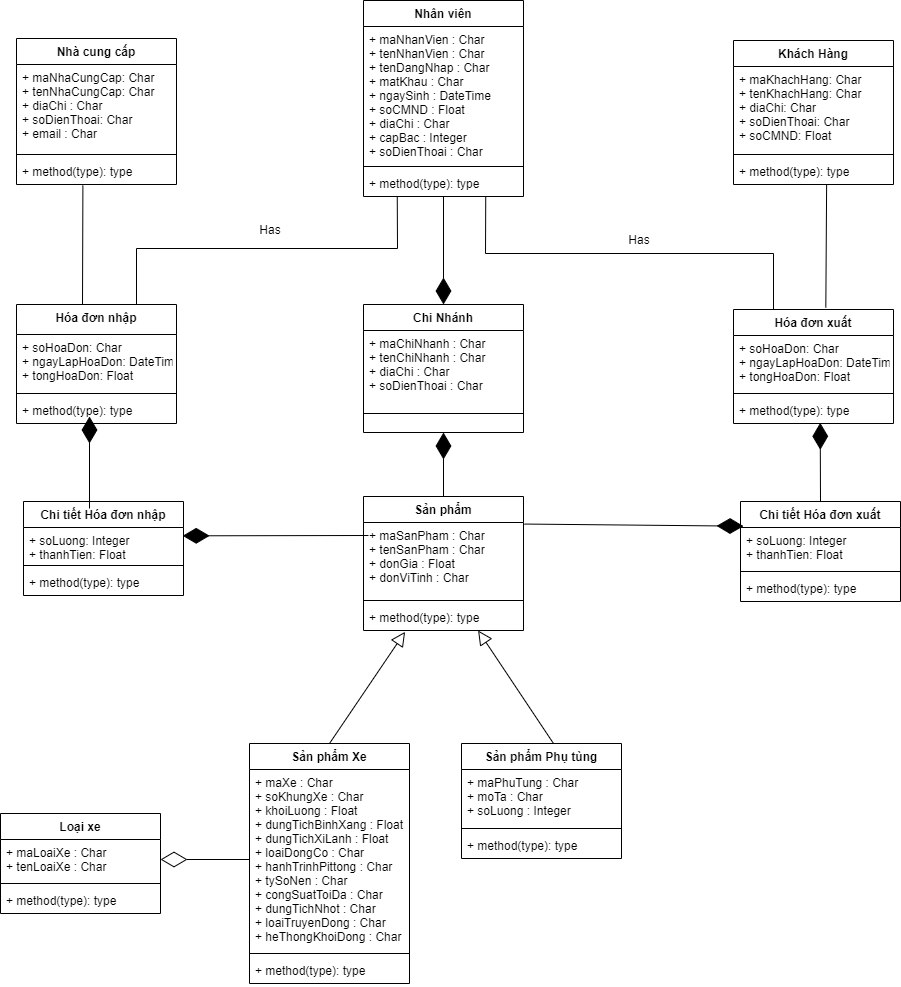
ChauCongTu/thiet-ke-linh-tinh keeps this draw.io diagram as Sơ Đồ Class.png. Above is the earlier version. Source tidied: cells renumbered, new cells last; positions are measured from the earlier drawing's top-left corner, leaving out a move shared by most shapes. Source of this version:
```xml
<mxGraphModel>
  <root>
    <mxCell id="0" />
    <mxCell id="1" parent="0" />
    <mxCell id="2" value="Chi Nhánh" style="swimlane;fontStyle=1;align=center;verticalAlign=top;horizontal=1;startSize=26;" parent="1" vertex="1">
      <mxGeometry x="363" y="304" width="160" height="128" as="geometry" />
    </mxCell>
    <mxCell id="3" value="+ maChiNhanh : Char&#10;+ tenChiNhanh : Char&#10;+ diaChi : Char&#10;+ soDienThoai : Char" style="text;strokeColor=none;fillColor=none;align=left;verticalAlign=top;spacingLeft=4;spacingRight=4;overflow=hidden;" parent="2" vertex="1">
      <mxGeometry y="26" width="160" height="64" as="geometry" />
    </mxCell>
    <mxCell id="4" style="line;strokeWidth=1;fillColor=none;align=left;verticalAlign=middle;spacingTop=-1;spacingLeft=3;spacingRight=3;labelPosition=right;strokeColor=inherit;" parent="2" vertex="1">
      <mxGeometry y="90" width="160" height="38" as="geometry" />
    </mxCell>
    <mxCell id="5" value="Khách Hàng" style="swimlane;fontStyle=1;align=center;verticalAlign=top;horizontal=1;startSize=26;" parent="1" vertex="1">
      <mxGeometry x="733" y="40" width="160" height="144" as="geometry" />
    </mxCell>
    <mxCell id="6" value="+ maKhachHang: Char&#10;+ tenKhachHang: Char&#10;+ diaChi: Char&#10;+ soDienThoai: Char&#10;+ soCMND: Float" style="text;strokeColor=none;fillColor=none;align=left;verticalAlign=top;spacingLeft=4;spacingRight=4;overflow=hidden;" parent="5" vertex="1">
      <mxGeometry y="26" width="160" height="84" as="geometry" />
    </mxCell>
    <mxCell id="7" style="line;strokeWidth=1;fillColor=none;align=left;verticalAlign=middle;spacingTop=-1;spacingLeft=3;spacingRight=3;labelPosition=right;strokeColor=inherit;" parent="5" vertex="1">
      <mxGeometry y="110" width="160" height="8" as="geometry" />
    </mxCell>
    <mxCell id="8" value="+ method(type): type" style="text;strokeColor=none;fillColor=none;align=left;verticalAlign=top;spacingLeft=4;spacingRight=4;overflow=hidden;points=[[0,0.5],[1,0.5]];portConstraint=eastwest;" parent="5" vertex="1">
      <mxGeometry y="118" width="160" height="26" as="geometry" />
    </mxCell>
    <mxCell id="9" value="Nhà cung cấp" style="swimlane;fontStyle=1;align=center;verticalAlign=top;horizontal=1;startSize=26;" parent="1" vertex="1">
      <mxGeometry x="16" y="38" width="160" height="146" as="geometry" />
    </mxCell>
    <mxCell id="10" value="+ maNhaCungCap: Char&#10;+ tenNhaCungCap: Char&#10;+ diaChi : Char&#10;+ soDienThoai: Char&#10;+ email : Char" style="text;strokeColor=none;fillColor=none;align=left;verticalAlign=top;spacingLeft=4;spacingRight=4;overflow=hidden;" parent="9" vertex="1">
      <mxGeometry y="26" width="160" height="86" as="geometry" />
    </mxCell>
    <mxCell id="11" style="line;strokeWidth=1;fillColor=none;align=left;verticalAlign=middle;spacingTop=-1;spacingLeft=3;spacingRight=3;labelPosition=right;strokeColor=inherit;" parent="9" vertex="1">
      <mxGeometry y="112" width="160" height="8" as="geometry" />
    </mxCell>
    <mxCell id="12" value="+ method(type): type" style="text;strokeColor=none;fillColor=none;align=left;verticalAlign=top;spacingLeft=4;spacingRight=4;overflow=hidden;points=[[0,0.5],[1,0.5]];portConstraint=eastwest;" parent="9" vertex="1">
      <mxGeometry y="120" width="160" height="26" as="geometry" />
    </mxCell>
    <mxCell id="13" value="Hóa đơn nhập" style="swimlane;fontStyle=1;align=center;verticalAlign=top;horizontal=1;startSize=30;" parent="1" vertex="1">
      <mxGeometry x="16" y="304" width="160" height="119" as="geometry" />
    </mxCell>
    <mxCell id="14" value="+ soHoaDon: Char&#10;+ ngayLapHoaDon: DateTime&#10;+ tongHoaDon: Float" style="text;strokeColor=none;fillColor=none;align=left;verticalAlign=top;spacingLeft=4;spacingRight=4;overflow=hidden;" parent="13" vertex="1">
      <mxGeometry y="30" width="160" height="55" as="geometry" />
    </mxCell>
    <mxCell id="15" style="line;strokeWidth=1;fillColor=none;align=left;verticalAlign=middle;spacingTop=-1;spacingLeft=3;spacingRight=3;labelPosition=right;strokeColor=inherit;" parent="13" vertex="1">
      <mxGeometry y="85" width="160" height="8" as="geometry" />
    </mxCell>
    <mxCell id="16" value="+ method(type): type" style="text;strokeColor=none;fillColor=none;align=left;verticalAlign=top;spacingLeft=4;spacingRight=4;overflow=hidden;" parent="13" vertex="1">
      <mxGeometry y="93" width="160" height="26" as="geometry" />
    </mxCell>
    <mxCell id="17" value="Nhân viên" style="swimlane;fontStyle=1;align=center;verticalAlign=top;horizontal=1;startSize=26;" parent="1" vertex="1">
      <mxGeometry x="363" width="160" height="196" as="geometry" />
    </mxCell>
    <mxCell id="18" value="+ maNhanVien : Char&#10;+ tenNhanVien : Char&#10;+ tenDangNhap : Char&#10;+ matKhau : Char&#10;+ ngaySinh : DateTime&#10;+ soCMND : Float&#10;+ diaChi : Char&#10;+ capBac : Integer&#10;+ soDienThoai : Char" style="text;strokeColor=none;fillColor=none;align=left;verticalAlign=top;spacingLeft=4;spacingRight=4;overflow=hidden;" parent="17" vertex="1">
      <mxGeometry y="26" width="160" height="136" as="geometry" />
    </mxCell>
    <mxCell id="19" style="line;strokeWidth=1;fillColor=none;align=left;verticalAlign=middle;spacingTop=-1;spacingLeft=3;spacingRight=3;labelPosition=right;strokeColor=inherit;" parent="17" vertex="1">
      <mxGeometry y="162" width="160" height="8" as="geometry" />
    </mxCell>
    <mxCell id="20" value="+ method(type): type" style="text;strokeColor=none;fillColor=none;align=left;verticalAlign=top;spacingLeft=4;spacingRight=4;overflow=hidden;points=[[0,0.5],[1,0.5]];portConstraint=eastwest;" parent="17" vertex="1">
      <mxGeometry y="170" width="160" height="26" as="geometry" />
    </mxCell>
    <mxCell id="21" value="Loại xe" style="swimlane;fontStyle=1;align=center;verticalAlign=top;horizontal=1;startSize=26;" parent="1" vertex="1">
      <mxGeometry y="813" width="160" height="100" as="geometry" />
    </mxCell>
    <mxCell id="22" value="+ maLoaiXe : Char&#10;+ tenLoaiXe : Char" style="text;strokeColor=none;fillColor=none;align=left;verticalAlign=top;spacingLeft=4;spacingRight=4;overflow=hidden;points=[[0,0.5],[1,0.5]];portConstraint=eastwest;" parent="21" vertex="1">
      <mxGeometry y="26" width="160" height="40" as="geometry" />
    </mxCell>
    <mxCell id="23" style="line;strokeWidth=1;fillColor=none;align=left;verticalAlign=middle;spacingTop=-1;spacingLeft=3;spacingRight=3;labelPosition=right;strokeColor=inherit;" parent="21" vertex="1">
      <mxGeometry y="66" width="160" height="8" as="geometry" />
    </mxCell>
    <mxCell id="24" value="+ method(type): type" style="text;strokeColor=none;fillColor=none;align=left;verticalAlign=top;spacingLeft=4;spacingRight=4;overflow=hidden;" parent="21" vertex="1">
      <mxGeometry y="74" width="160" height="26" as="geometry" />
    </mxCell>
    <mxCell id="25" value="Sản phẩm Phụ tùng" style="swimlane;fontStyle=1;align=center;verticalAlign=top;horizontal=1;startSize=26;" parent="1" vertex="1">
      <mxGeometry x="461" y="743" width="160" height="115" as="geometry" />
    </mxCell>
    <mxCell id="26" value="+ maPhuTung : Char&#10;+ moTa : Char&#10;+ soLuong : Integer" style="text;strokeColor=none;fillColor=none;align=left;verticalAlign=top;spacingLeft=4;spacingRight=4;overflow=hidden;" parent="25" vertex="1">
      <mxGeometry y="26" width="160" height="55" as="geometry" />
    </mxCell>
    <mxCell id="27" style="line;strokeWidth=1;fillColor=none;align=left;verticalAlign=middle;spacingTop=-1;spacingLeft=3;spacingRight=3;labelPosition=right;strokeColor=inherit;" parent="25" vertex="1">
      <mxGeometry y="81" width="160" height="8" as="geometry" />
    </mxCell>
    <mxCell id="28" value="+ method(type): type" style="text;strokeColor=none;fillColor=none;align=left;verticalAlign=top;spacingLeft=4;spacingRight=4;overflow=hidden;" parent="25" vertex="1">
      <mxGeometry y="89" width="160" height="26" as="geometry" />
    </mxCell>
    <mxCell id="29" value="Sản phẩm Xe" style="swimlane;fontStyle=1;align=center;verticalAlign=top;horizontal=1;startSize=26;" parent="1" vertex="1">
      <mxGeometry x="249" y="743" width="160" height="240" as="geometry" />
    </mxCell>
    <mxCell id="30" value="+ maXe : Char&#10;+ soKhungXe : Char&#10;+ khoiLuong : Float&#10;+ dungTichBinhXang : Float&#10;+ dungTichXiLanh : Float&#10;+ loaiDongCo : Char&#10;+ hanhTrinhPittong : Char&#10;+ tySoNen : Char&#10;+ congSuatToiDa : Char&#10;+ dungTichNhot : Char&#10;+ loaiTruyenDong : Char&#10;+ heThongKhoiDong : Char" style="text;strokeColor=none;fillColor=none;align=left;verticalAlign=top;spacingLeft=4;spacingRight=4;overflow=hidden;points=[[0,0.5],[1,0.5]];portConstraint=eastwest;" parent="29" vertex="1">
      <mxGeometry y="26" width="160" height="180" as="geometry" />
    </mxCell>
    <mxCell id="31" style="line;strokeWidth=1;fillColor=none;align=left;verticalAlign=middle;spacingTop=-1;spacingLeft=3;spacingRight=3;labelPosition=right;strokeColor=inherit;" parent="29" vertex="1">
      <mxGeometry y="206" width="160" height="8" as="geometry" />
    </mxCell>
    <mxCell id="32" value="+ method(type): type" style="text;strokeColor=none;fillColor=none;align=left;verticalAlign=top;spacingLeft=4;spacingRight=4;overflow=hidden;" parent="29" vertex="1">
      <mxGeometry y="214" width="160" height="26" as="geometry" />
    </mxCell>
    <mxCell id="33" value="Sản phẩm" style="swimlane;fontStyle=1;align=center;verticalAlign=top;horizontal=1;startSize=26;" parent="1" vertex="1">
      <mxGeometry x="363" y="496" width="160" height="134" as="geometry" />
    </mxCell>
    <mxCell id="34" value="+ maSanPham : Char&#10;+ tenSanPham : Char&#10;+ donGia : Float&#10;+ donViTinh : Char" style="text;strokeColor=none;fillColor=none;align=left;verticalAlign=top;spacingLeft=4;spacingRight=4;overflow=hidden;points=[[0,0.5],[1,0.5]];portConstraint=eastwest;" parent="33" vertex="1">
      <mxGeometry y="26" width="160" height="74" as="geometry" />
    </mxCell>
    <mxCell id="35" style="line;strokeWidth=1;fillColor=none;align=left;verticalAlign=middle;spacingTop=-1;spacingLeft=3;spacingRight=3;labelPosition=right;strokeColor=inherit;" parent="33" vertex="1">
      <mxGeometry y="100" width="160" height="8" as="geometry" />
    </mxCell>
    <mxCell id="36" value="+ method(type): type" style="text;strokeColor=none;fillColor=none;align=left;verticalAlign=top;spacingLeft=4;spacingRight=4;overflow=hidden;points=[[0,0.5],[1,0.5]];portConstraint=eastwest;" parent="33" vertex="1">
      <mxGeometry y="108" width="160" height="26" as="geometry" />
    </mxCell>
    <mxCell id="37" value="Chi tiết Hóa đơn xuất" style="swimlane;fontStyle=1;align=center;verticalAlign=top;horizontal=1;startSize=26;" parent="1" vertex="1">
      <mxGeometry x="740" y="501" width="160" height="100" as="geometry" />
    </mxCell>
    <mxCell id="38" value="+ soLuong: Integer&#10;+ thanhTien: Float" style="text;strokeColor=none;fillColor=none;align=left;verticalAlign=top;spacingLeft=4;spacingRight=4;overflow=hidden;" parent="37" vertex="1">
      <mxGeometry y="26" width="160" height="40" as="geometry" />
    </mxCell>
    <mxCell id="39" style="line;strokeWidth=1;fillColor=none;align=left;verticalAlign=middle;spacingTop=-1;spacingLeft=3;spacingRight=3;labelPosition=right;strokeColor=inherit;" parent="37" vertex="1">
      <mxGeometry y="66" width="160" height="8" as="geometry" />
    </mxCell>
    <mxCell id="40" value="+ method(type): type" style="text;strokeColor=none;fillColor=none;align=left;verticalAlign=top;spacingLeft=4;spacingRight=4;overflow=hidden;" parent="37" vertex="1">
      <mxGeometry y="74" width="160" height="26" as="geometry" />
    </mxCell>
    <mxCell id="41" value="Chi tiết Hóa đơn nhập" style="swimlane;fontStyle=1;align=center;verticalAlign=top;horizontal=1;startSize=26;" parent="1" vertex="1">
      <mxGeometry x="23" y="501" width="160" height="94" as="geometry" />
    </mxCell>
    <mxCell id="42" value="+ soLuong: Integer&#10;+ thanhTien: Float" style="text;strokeColor=none;fillColor=none;align=left;verticalAlign=top;spacingLeft=4;spacingRight=4;overflow=hidden;points=[[0,0.5],[1,0.5]];portConstraint=eastwest;" parent="41" vertex="1">
      <mxGeometry y="26" width="160" height="34" as="geometry" />
    </mxCell>
    <mxCell id="43" style="line;strokeWidth=1;fillColor=none;align=left;verticalAlign=middle;spacingTop=-1;spacingLeft=3;spacingRight=3;labelPosition=right;strokeColor=inherit;" parent="41" vertex="1">
      <mxGeometry y="60" width="160" height="8" as="geometry" />
    </mxCell>
    <mxCell id="44" value="+ method(type): type" style="text;strokeColor=none;fillColor=none;align=left;verticalAlign=top;spacingLeft=4;spacingRight=4;overflow=hidden;" parent="41" vertex="1">
      <mxGeometry y="68" width="160" height="26" as="geometry" />
    </mxCell>
    <mxCell id="45" value="Hóa đơn xuất" style="swimlane;fontStyle=1;align=center;verticalAlign=top;horizontal=1;startSize=26;" parent="1" vertex="1">
      <mxGeometry x="733" y="309" width="160" height="114" as="geometry" />
    </mxCell>
    <mxCell id="46" value="+ soHoaDon: Char&#10;+ ngayLapHoaDon: DateTime&#10;+ tongHoaDon: Float" style="text;strokeColor=none;fillColor=none;align=left;verticalAlign=top;spacingLeft=4;spacingRight=4;overflow=hidden;" parent="45" vertex="1">
      <mxGeometry y="26" width="160" height="54" as="geometry" />
    </mxCell>
    <mxCell id="47" style="line;strokeWidth=1;fillColor=none;align=left;verticalAlign=middle;spacingTop=-1;spacingLeft=3;spacingRight=3;labelPosition=right;strokeColor=inherit;" parent="45" vertex="1">
      <mxGeometry y="80" width="160" height="8" as="geometry" />
    </mxCell>
    <mxCell id="48" value="+ method(type): type" style="text;strokeColor=none;fillColor=none;align=left;verticalAlign=top;spacingLeft=4;spacingRight=4;overflow=hidden;points=[[0,0.5],[1,0.5]];portConstraint=eastwest;" parent="45" vertex="1">
      <mxGeometry y="88" width="160" height="26" as="geometry" />
    </mxCell>
    <mxCell id="49" style="endArrow=diamondThin;endFill=1;endSize=24;html=1;rounded=0;entryX=0.5;entryY=1;entryDx=0;entryDy=0;" parent="1" edge="1" source="33" target="2">
      <mxGeometry relative="1" as="geometry" />
    </mxCell>
    <mxCell id="50" style="endArrow=diamondThin;endFill=1;endSize=24;html=1;rounded=0;entryX=0.5;entryY=0;entryDx=0;entryDy=0;" parent="1" edge="1" source="20" target="2">
      <mxGeometry relative="1" as="geometry" />
    </mxCell>
    <mxCell id="51" value="Has&lt;span style=&quot;color: rgba(0, 0, 0, 0); font-family: monospace; font-size: 0px; text-align: start;&quot;&gt;%3CmxGraphModel%3E%3Croot%3E%3CmxCell%20id%3D%220%22%2F%3E%3CmxCell%20id%3D%221%22%20parent%3D%220%22%2F%3E%3CmxCell%20id%3D%222%22%20value%3D%22%22%20style%3D%22endArrow%3Dnone%3Bhtml%3D1%3Brounded%3D0%3BexitX%3D1%3BexitY%3D0.25%3BexitDx%3D0%3BexitDy%3D0%3B%22%20edge%3D%221%22%20parent%3D%221%22%3E%3CmxGeometry%20width%3D%2250%22%20height%3D%2250%22%20relative%3D%221%22%20as%3D%22geometry%22%3E%3CmxPoint%20x%3D%22667%22%20y%3D%22139%22%20as%3D%22sourcePoint%22%2F%3E%3CmxPoint%20x%3D%22881%22%20y%3D%22139.72789115646253%22%20as%3D%22targetPoint%22%2F%3E%3C%2FmxGeometry%3E%3C%2FmxCell%3E%3C%2Froot%3E%3C%2FmxGraphModel%3E&lt;/span&gt;" style="text;html=1;strokeColor=none;fillColor=none;align=center;verticalAlign=middle;whiteSpace=wrap;rounded=0;" parent="1" vertex="1">
      <mxGeometry x="609" y="225" width="60" height="30" as="geometry" />
    </mxCell>
    <mxCell id="52" value="Has&lt;span style=&quot;color: rgba(0, 0, 0, 0); font-family: monospace; font-size: 0px; text-align: start;&quot;&gt;%3CmxGraphModel%3E%3Croot%3E%3CmxCell%20id%3D%220%22%2F%3E%3CmxCell%20id%3D%221%22%20parent%3D%220%22%2F%3E%3CmxCell%20id%3D%222%22%20value%3D%22%22%20style%3D%22endArrow%3Dnone%3Bhtml%3D1%3Brounded%3D0%3BexitX%3D1%3BexitY%3D0.25%3BexitDx%3D0%3BexitDy%3D0%3B%22%20edge%3D%221%22%20parent%3D%221%22%3E%3CmxGeometry%20width%3D%2250%22%20height%3D%2250%22%20relative%3D%221%22%20as%3D%22geometry%22%3E%3CmxPoint%20x%3D%22667%22%20y%3D%22139%22%20as%3D%22sourcePoint%22%2F%3E%3CmxPoint%20x%3D%22881%22%20y%3D%22139.72789115646253%22%20as%3D%22targetPoint%22%2F%3E%3C%2FmxGeometry%3E%3C%2FmxCell%3E%3C%2Froot%3E%3C%2FmxGraphModel%3E&lt;/span&gt;" style="text;html=1;strokeColor=none;fillColor=none;align=center;verticalAlign=middle;whiteSpace=wrap;rounded=0;" parent="1" vertex="1">
      <mxGeometry x="240" y="215" width="60" height="30" as="geometry" />
    </mxCell>
    <mxCell id="53" style="endArrow=none;html=1;rounded=0;exitX=0.75;exitY=0;exitDx=0;exitDy=0;entryX=0.211;entryY=1.015;entryDx=0;entryDy=0;entryPerimeter=0;" parent="1" edge="1" source="13" target="20">
      <mxGeometry relative="1" as="geometry">
        <Array as="points">
          <mxPoint x="136" y="248" />
          <mxPoint x="397" y="248" />
        </Array>
      </mxGeometry>
    </mxCell>
    <mxCell id="54" style="endArrow=none;html=1;rounded=0;exitX=0.25;exitY=0;exitDx=0;exitDy=0;entryX=0.764;entryY=1.015;entryDx=0;entryDy=0;entryPerimeter=0;" parent="1" edge="1" source="45" target="20">
      <mxGeometry relative="1" as="geometry">
        <Array as="points">
          <mxPoint x="773" y="253" />
          <mxPoint x="485" y="253" />
        </Array>
      </mxGeometry>
    </mxCell>
    <mxCell id="55" style="endArrow=diamondThin;endFill=1;endSize=24;html=1;rounded=0;exitX=0.5;exitY=0;exitDx=0;exitDy=0;entryX=0.542;entryY=0.974;entryDx=0;entryDy=0;entryPerimeter=0;" parent="1" edge="1" source="37" target="48">
      <mxGeometry relative="1" as="geometry" />
    </mxCell>
    <mxCell id="56" style="endArrow=diamondThin;endFill=1;endSize=24;html=1;rounded=0;" parent="1" edge="1">
      <mxGeometry relative="1" as="geometry">
        <mxPoint x="89" y="508" as="sourcePoint" />
        <mxPoint x="89" y="416" as="targetPoint" />
      </mxGeometry>
    </mxCell>
    <mxCell id="57" style="edgeStyle=none;html=1;endSize=12;endArrow=block;endFill=0;rounded=0;entryX=0.26;entryY=1.051;entryDx=0;entryDy=0;entryPerimeter=0;exitX=0.5;exitY=0;exitDx=0;exitDy=0;" parent="1" edge="1" source="29" target="36">
      <mxGeometry relative="1" as="geometry" />
    </mxCell>
    <mxCell id="58" style="edgeStyle=none;html=1;endSize=12;endArrow=block;endFill=0;rounded=0;entryX=0.26;entryY=1.051;entryDx=0;entryDy=0;entryPerimeter=0;exitX=0.575;exitY=0;exitDx=0;exitDy=0;exitPerimeter=0;" parent="1" edge="1" source="25">
      <mxGeometry relative="1" as="geometry">
        <mxPoint x="477.6" y="630" as="targetPoint" />
      </mxGeometry>
    </mxCell>
    <mxCell id="59" style="endArrow=diamondThin;endFill=1;endSize=24;html=1;rounded=0;entryX=0.995;entryY=0.245;entryDx=0;entryDy=0;entryPerimeter=0;" parent="1" edge="1" target="42">
      <mxGeometry relative="1" as="geometry">
        <mxPoint x="368" y="535" as="sourcePoint" />
      </mxGeometry>
    </mxCell>
    <mxCell id="60" style="endArrow=diamondThin;endFill=1;endSize=24;html=1;rounded=0;entryX=0.995;entryY=0.245;entryDx=0;entryDy=0;exitX=1.006;exitY=0.021;exitDx=0;exitDy=0;exitPerimeter=0;entryPerimeter=0;" parent="1" edge="1" source="34">
      <mxGeometry relative="1" as="geometry">
        <mxPoint x="743" y="525.7" as="targetPoint" />
      </mxGeometry>
    </mxCell>
    <mxCell id="61" style="endArrow=diamondThin;endFill=0;endSize=24;html=1;rounded=0;" parent="1" edge="1" source="30" target="22">
      <mxGeometry relative="1" as="geometry" />
    </mxCell>
    <mxCell id="62" style="endArrow=none;html=1;rounded=0;entryX=0.415;entryY=1.038;entryDx=0;entryDy=0;entryPerimeter=0;" parent="1" edge="1" target="12">
      <mxGeometry relative="1" as="geometry">
        <mxPoint x="82" y="304" as="sourcePoint" />
      </mxGeometry>
    </mxCell>
    <mxCell id="63" style="endArrow=none;html=1;rounded=0;exitX=0.577;exitY=-0.016;exitDx=0;exitDy=0;exitPerimeter=0;entryX=0.582;entryY=1.013;entryDx=0;entryDy=0;entryPerimeter=0;" parent="1" edge="1" source="45" target="8">
      <mxGeometry relative="1" as="geometry" />
    </mxCell>
  </root>
</mxGraphModel>
```
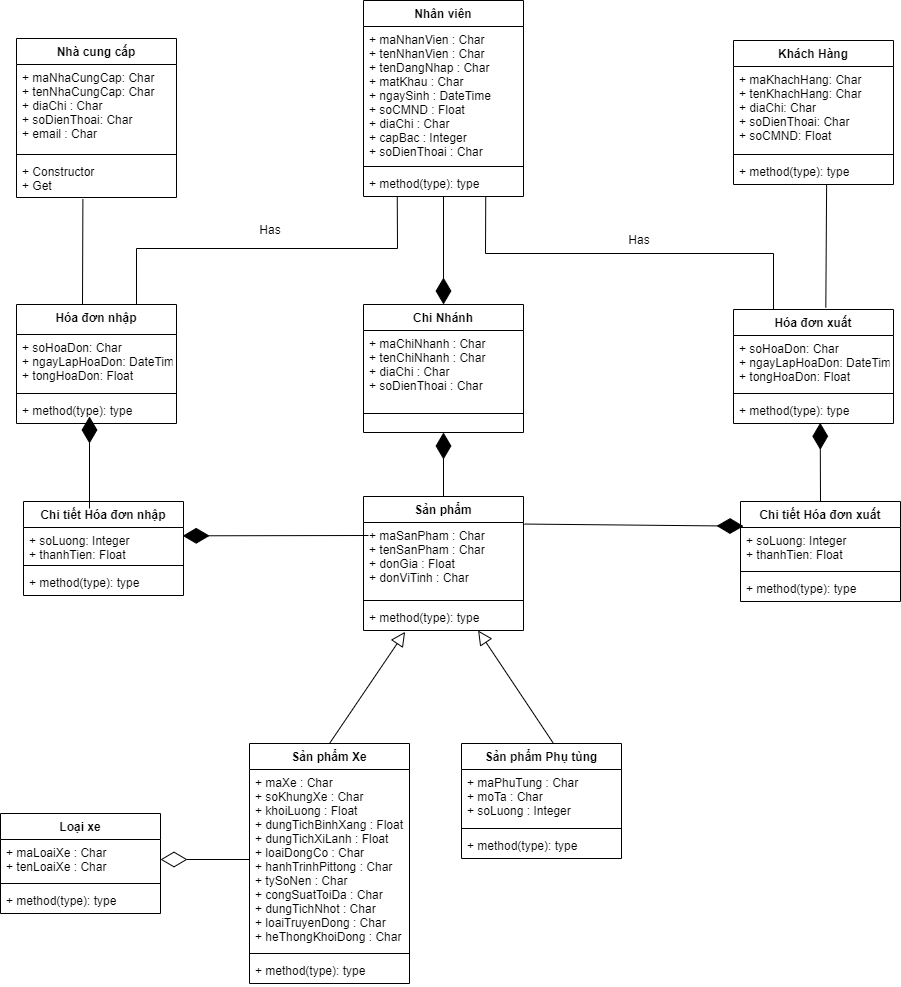
Above is the later version.

Commit message:
Cập nhật Sơ Đồ Class.png

Change to the diagram source:
```diff
@@ -24,7 +24,7 @@
       <mxGeometry y="118" width="160" height="26" as="geometry" />
     </mxCell>
     <mxCell id="9" value="Nhà cung cấp" style="swimlane;fontStyle=1;align=center;verticalAlign=top;horizontal=1;startSize=26;" parent="1" vertex="1">
-      <mxGeometry x="16" y="38" width="160" height="146" as="geometry" />
+      <mxGeometry x="16" y="38" width="160" height="159" as="geometry" />
     </mxCell>
     <mxCell id="10" value="+ maNhaCungCap: Char&#10;+ tenNhaCungCap: Char&#10;+ diaChi : Char&#10;+ soDienThoai: Char&#10;+ email : Char" style="text;strokeColor=none;fillColor=none;align=left;verticalAlign=top;spacingLeft=4;spacingRight=4;overflow=hidden;" parent="9" vertex="1">
       <mxGeometry y="26" width="160" height="86" as="geometry" />
@@ -32,8 +32,8 @@
     <mxCell id="11" style="line;strokeWidth=1;fillColor=none;align=left;verticalAlign=middle;spacingTop=-1;spacingLeft=3;spacingRight=3;labelPosition=right;strokeColor=inherit;" parent="9" vertex="1">
       <mxGeometry y="112" width="160" height="8" as="geometry" />
     </mxCell>
-    <mxCell id="12" value="+ method(type): type" style="text;strokeColor=none;fillColor=none;align=left;verticalAlign=top;spacingLeft=4;spacingRight=4;overflow=hidden;points=[[0,0.5],[1,0.5]];portConstraint=eastwest;" parent="9" vertex="1">
-      <mxGeometry y="120" width="160" height="26" as="geometry" />
+    <mxCell id="12" value="+ Constructor&#10;+ Get" style="text;strokeColor=none;fillColor=none;align=left;verticalAlign=top;spacingLeft=4;spacingRight=4;overflow=hidden;points=[[0,0.5],[1,0.5]];portConstraint=eastwest;" parent="9" vertex="1">
+      <mxGeometry y="120" width="160" height="39" as="geometry" />
     </mxCell>
     <mxCell id="13" value="Hóa đơn nhập" style="swimlane;fontStyle=1;align=center;verticalAlign=top;horizontal=1;startSize=30;" parent="1" vertex="1">
       <mxGeometry x="16" y="304" width="160" height="119" as="geometry" />
```
